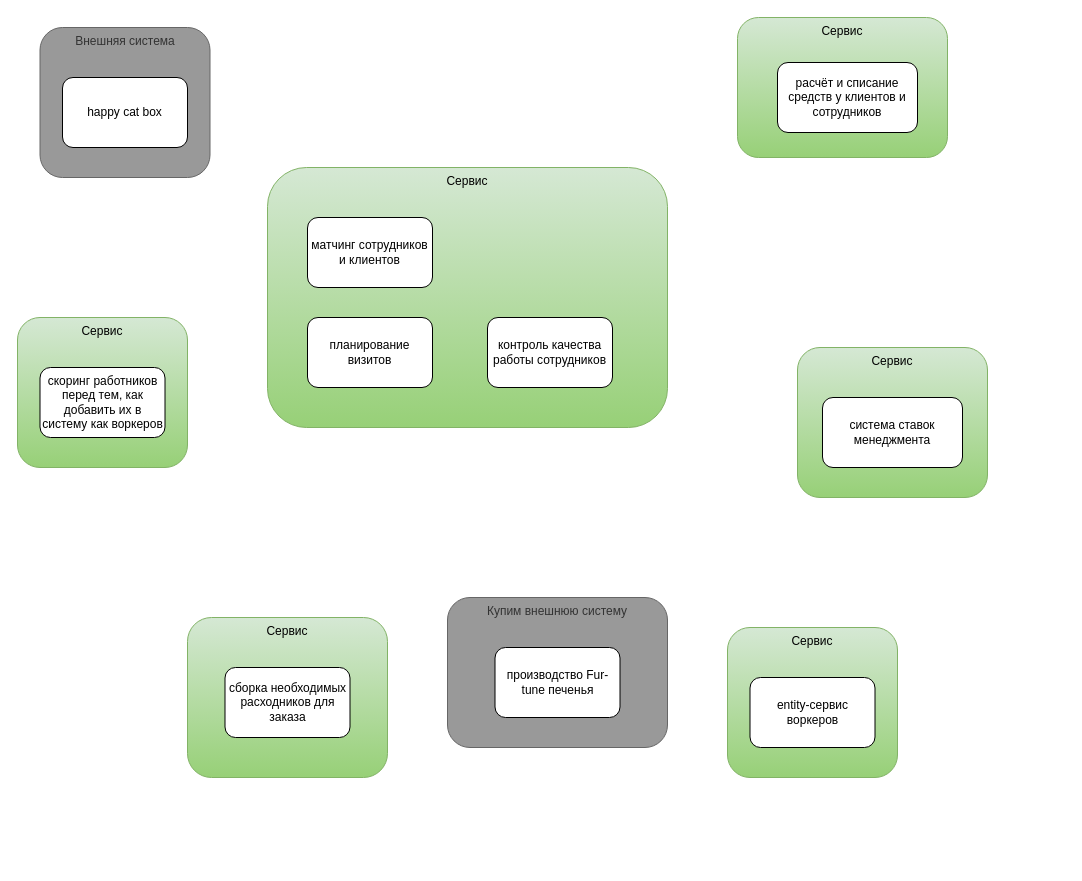
Above: 4_Model.drawio in jnzz/MCF (draw.io), before the change. Source tidied: cells renumbered, new cells numbered last; positions are measured from the earlier drawing's top-left corner, leaving out a move shared by most shapes. Both pictures are drawn from the tidied source at 100%, with x=0, y=0 at pixel (17, 17).
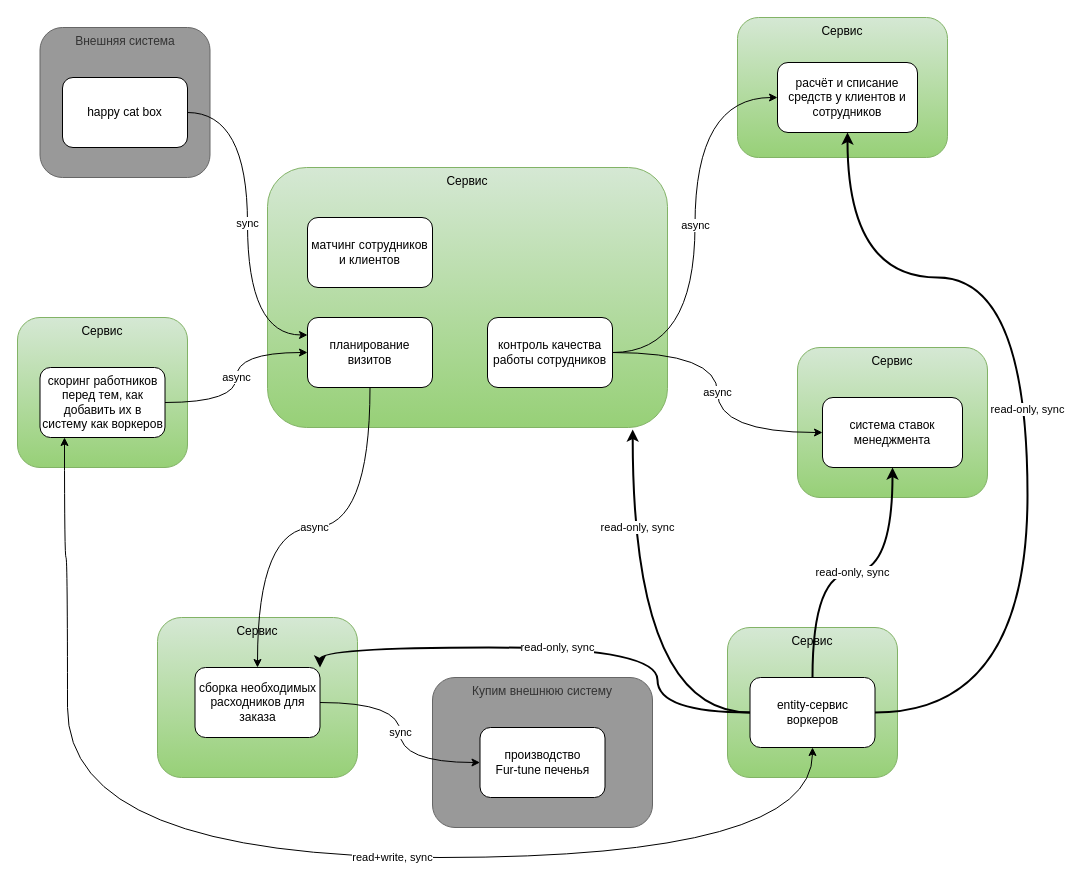
The same page after the edit.

Unchanged cells that the change refers to:
```xml
<mxCell id="2" value="Сервис" style="rounded=1;whiteSpace=wrap;html=1;fillColor=#d5e8d4;strokeColor=#82b366;verticalAlign=top;gradientColor=#97d077;" parent="1" vertex="1">
  <mxGeometry x="250" y="150" width="400" height="260" as="geometry" />
</mxCell>
<mxCell id="10" value="расчёт и списание средств у клиентов и сотрудников" style="rounded=1;whiteSpace=wrap;html=1;" parent="1" vertex="1">
  <mxGeometry x="760" y="45" width="140" height="70" as="geometry" />
</mxCell>
<mxCell id="11" value="система ставок менеджмента" style="rounded=1;whiteSpace=wrap;html=1;" parent="1" vertex="1">
  <mxGeometry x="805" y="380" width="140" height="70" as="geometry" />
</mxCell>
<mxCell id="12" value="entity-сервис воркеров" style="rounded=1;whiteSpace=wrap;html=1;" parent="1" vertex="1">
  <mxGeometry x="732.5" y="660" width="125" height="70" as="geometry" />
</mxCell>
<mxCell id="15" value="скоринг работников перед тем, как добавить их в систему как воркеров" style="rounded=1;whiteSpace=wrap;html=1;" parent="1" vertex="1">
  <mxGeometry x="22.5" y="350" width="125" height="70" as="geometry" />
</mxCell>
<mxCell id="16" value="happy cat box" style="rounded=1;whiteSpace=wrap;html=1;" parent="1" vertex="1">
  <mxGeometry x="45" y="60" width="125" height="70" as="geometry" />
</mxCell>
<mxCell id="18" value="планирование визитов" style="rounded=1;whiteSpace=wrap;html=1;" parent="1" vertex="1">
  <mxGeometry x="290" y="300" width="125" height="70" as="geometry" />
</mxCell>
<mxCell id="19" value="контроль качества работы сотрудников" style="rounded=1;whiteSpace=wrap;html=1;" parent="1" vertex="1">
  <mxGeometry x="470" y="300" width="125" height="70" as="geometry" />
</mxCell>
```

The edit, as a diff of the source:
```diff
@@
     <mxCell id="5" value="Сервис" style="rounded=1;whiteSpace=wrap;html=1;fillColor=#d5e8d4;strokeColor=#82b366;verticalAlign=top;gradientColor=#97d077;" parent="1" vertex="1">
-      <mxGeometry x="170" y="600" width="200" height="160" as="geometry" />
+      <mxGeometry x="140" y="600" width="200" height="160" as="geometry" />
     </mxCell>
     <mxCell id="6" value="Купим внешнюю систему" style="rounded=1;whiteSpace=wrap;html=1;verticalAlign=top;fillColor=#999999;strokeColor=#666666;fontColor=#333333;" parent="1" vertex="1">
-      <mxGeometry x="430" y="580" width="220" height="150" as="geometry" />
+      <mxGeometry x="415" y="660" width="220" height="150" as="geometry" />
     </mxCell>
@@
+    <mxCell id="20" value="read-only, sync" style="edgeStyle=orthogonalEdgeStyle;rounded=0;jettySize=auto;html=1;curved=1;strokeWidth=2;" parent="1" edge="1" source="12" target="11">
+      <mxGeometry relative="1" as="geometry" />
+    </mxCell>
+    <mxCell id="21" value="read-only, sync" style="edgeStyle=orthogonalEdgeStyle;rounded=0;jettySize=auto;html=1;curved=1;strokeWidth=2;entryX=1;entryY=0;entryDx=0;entryDy=0;" parent="1" edge="1" source="12" target="14">
+      <mxGeometry relative="1" as="geometry">
+        <Array as="points">
+          <mxPoint x="640" y="695" />
+          <mxPoint x="640" y="630" />
+          <mxPoint x="303" y="630" />
+        </Array>
+      </mxGeometry>
+    </mxCell>
@@
-    <mxCell id="13" value="производство Fur-tune печенья" style="rounded=1;whiteSpace=wrap;html=1;" parent="1" vertex="1">
-      <mxGeometry x="477.5" y="630" width="125" height="70" as="geometry" />
+    <mxCell id="13" value="производство&lt;div&gt;Fur-tune печенья&lt;/div&gt;" style="rounded=1;whiteSpace=wrap;html=1;" parent="1" vertex="1">
+      <mxGeometry x="462.5" y="710" width="125" height="70" as="geometry" />
     </mxCell>
     <mxCell id="14" value="сборка необходимых расходников для заказа" style="rounded=1;whiteSpace=wrap;html=1;" parent="1" vertex="1">
-      <mxGeometry x="207.5" y="650" width="125" height="70" as="geometry" />
+      <mxGeometry x="177.5" y="650" width="125" height="70" as="geometry" />
     </mxCell>
+    <mxCell id="22" value="async" style="edgeStyle=orthogonalEdgeStyle;rounded=0;jettySize=auto;html=1;entryX=0;entryY=0.5;entryDx=0;entryDy=0;curved=1;" parent="1" edge="1" source="15" target="18">
+      <mxGeometry relative="1" as="geometry" />
+    </mxCell>
@@
+    <mxCell id="23" value="sync" style="edgeStyle=orthogonalEdgeStyle;rounded=0;jettySize=auto;html=1;exitX=1;exitY=0.5;exitDx=0;exitDy=0;entryX=0;entryY=0.25;entryDx=0;entryDy=0;curved=1;" parent="1" edge="1" source="16" target="18">
+      <mxGeometry relative="1" as="geometry" />
+    </mxCell>
@@
+    <mxCell id="24" value="async" style="edgeStyle=orthogonalEdgeStyle;rounded=0;jettySize=auto;html=1;curved=1;" parent="1" edge="1" source="18" target="14">
+      <mxGeometry relative="1" as="geometry" />
+    </mxCell>
@@
+    <mxCell id="25" value="async" style="edgeStyle=orthogonalEdgeStyle;rounded=0;jettySize=auto;html=1;entryX=0;entryY=0.5;entryDx=0;entryDy=0;curved=1;" parent="1" edge="1" source="19" target="10">
+      <mxGeometry relative="1" as="geometry" />
+    </mxCell>
+    <mxCell id="26" value="async" style="edgeStyle=orthogonalEdgeStyle;rounded=0;jettySize=auto;html=1;entryX=0;entryY=0.5;entryDx=0;entryDy=0;curved=1;" parent="1" edge="1" source="19" target="11">
+      <mxGeometry relative="1" as="geometry" />
+    </mxCell>
@@
+    <mxCell id="27" value="sync" style="edgeStyle=orthogonalEdgeStyle;rounded=0;jettySize=auto;html=1;exitX=1;exitY=0.5;exitDx=0;exitDy=0;curved=1;" parent="1" edge="1" source="14" target="13">
+      <mxGeometry relative="1" as="geometry" />
+    </mxCell>
+    <mxCell id="28" value="read-only, sync" style="edgeStyle=orthogonalEdgeStyle;rounded=0;jettySize=auto;html=1;curved=1;strokeWidth=2;exitX=1;exitY=0.5;exitDx=0;exitDy=0;" parent="1" edge="1" source="12" target="10">
+      <mxGeometry relative="1" as="geometry">
+        <Array as="points">
+          <mxPoint x="1010" y="695" />
+          <mxPoint x="1010" y="260" />
+          <mxPoint x="830" y="260" />
+        </Array>
+      </mxGeometry>
+    </mxCell>
+    <mxCell id="29" value="read-only, sync" style="edgeStyle=orthogonalEdgeStyle;rounded=0;jettySize=auto;html=1;entryX=0.913;entryY=1.008;entryDx=0;entryDy=0;entryPerimeter=0;curved=1;strokeWidth=2;exitX=0;exitY=0.5;exitDx=0;exitDy=0;" parent="1" edge="1" source="12" target="2">
+      <mxGeometry x="0.51" y="-5" relative="1" as="geometry" />
+    </mxCell>
+    <mxCell id="30" value="read+write, sync" style="edgeStyle=orthogonalEdgeStyle;rounded=0;jettySize=auto;html=1;entryX=0.5;entryY=1;entryDx=0;entryDy=0;curved=1;startArrow=classic;startFill=1;exitX=0.196;exitY=1;exitDx=0;exitDy=0;exitPerimeter=0;" parent="1" edge="1" source="15" target="12">
+      <mxGeometry x="0.17" relative="1" as="geometry">
+        <Array as="points">
+          <mxPoint x="47" y="540" />
+          <mxPoint x="50" y="540" />
+          <mxPoint x="50" y="840" />
+          <mxPoint x="795" y="840" />
+        </Array>
+      </mxGeometry>
+    </mxCell>
```
